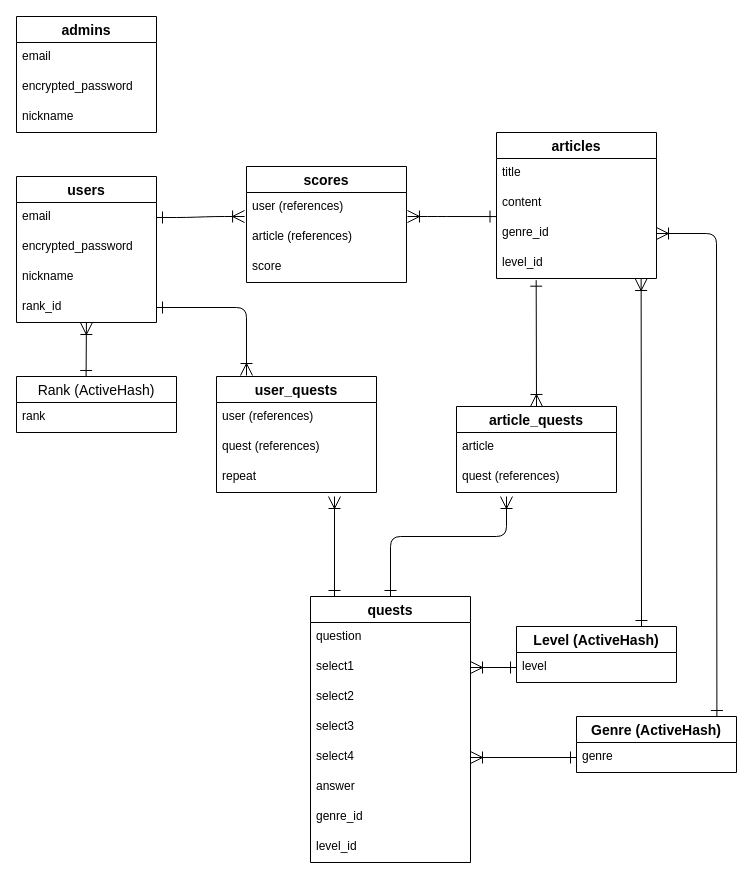
TakumiOtsuki-417/kanken1-monpi keeps this draw.io diagram as er.dio. Above is the earlier version. Source tidied: cells renumbered, new cells numbered last; positions are measured from the earlier drawing's top-left corner, leaving out a move shared by most shapes. Both pictures are drawn from the tidied source at 100%, with x=0, y=0 at pixel (16, 16).
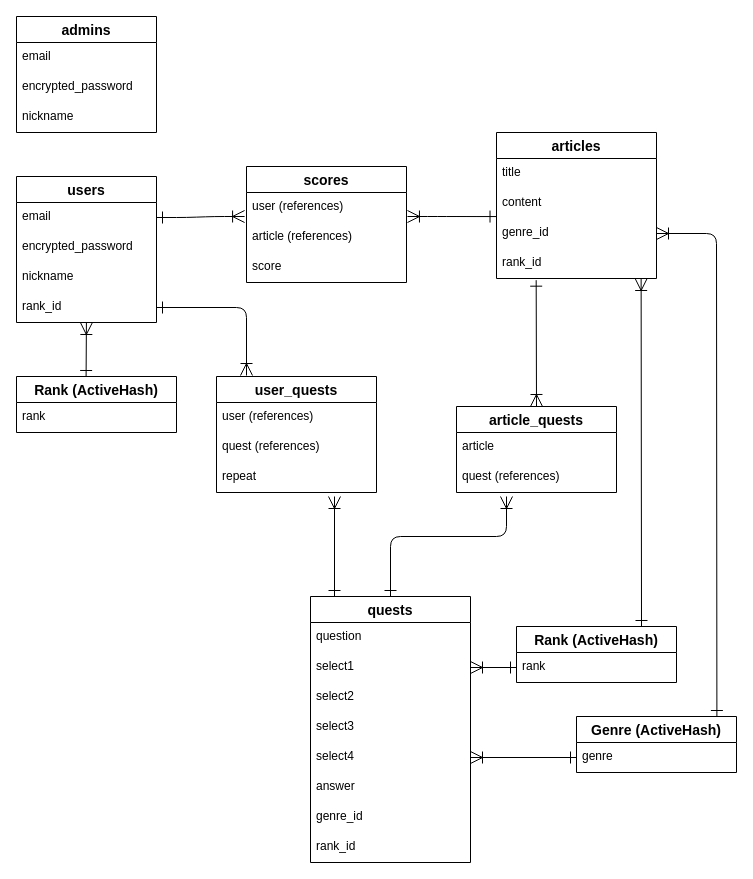
The same diagram, later.

Unchanged cells that the change refers to:
```xml
<mxCell id="12" value="articles" style="swimlane;fontStyle=1;horizontal=1;startSize=26;align=center;fontSize=14;" parent="1" vertex="1">
  <mxGeometry x="480" y="116" width="160" height="146" as="geometry" />
</mxCell>
<mxCell id="17" value="quests" style="swimlane;fontStyle=1;horizontal=1;startSize=26;align=center;fontSize=14;" parent="1" vertex="1">
  <mxGeometry x="294" y="580" width="160" height="266" as="geometry" />
</mxCell>
```

Diff of the diagram source:
```diff
@@
-    <mxCell id="16" value="level_id" style="text;strokeColor=none;fillColor=none;spacingLeft=4;spacingRight=4;overflow=hidden;points=[[0,0.5],[1,0.5]];portConstraint=eastwest;fontSize=12;" parent="12" vertex="1">
+    <mxCell id="16" value="rank_id" style="text;strokeColor=none;fillColor=none;spacingLeft=4;spacingRight=4;overflow=hidden;points=[[0,0.5],[1,0.5]];portConstraint=eastwest;fontSize=12;" parent="12" vertex="1">
       <mxGeometry y="116" width="160" height="30" as="geometry" />
     </mxCell>
@@
-    <mxCell id="25" value="level_id" style="text;strokeColor=none;fillColor=none;spacingLeft=4;spacingRight=4;overflow=hidden;fontSize=12;" parent="17" vertex="1">
+    <mxCell id="25" value="rank_id" style="text;strokeColor=none;fillColor=none;spacingLeft=4;spacingRight=4;overflow=hidden;fontSize=12;" parent="17" vertex="1">
       <mxGeometry y="236" width="160" height="30" as="geometry" />
     </mxCell>
@@
-    <mxCell id="28" value="Level (ActiveHash)" style="swimlane;fontStyle=1;horizontal=1;startSize=26;align=center;fontSize=14;" parent="1" vertex="1">
+    <mxCell id="28" value="Rank (ActiveHash)" style="swimlane;fontStyle=1;horizontal=1;startSize=26;align=center;fontSize=14;" parent="1" vertex="1">
       <mxGeometry x="500" y="610" width="160" height="56" as="geometry" />
     </mxCell>
-    <mxCell id="29" value="level" style="text;strokeColor=none;fillColor=none;spacingLeft=4;spacingRight=4;overflow=hidden;points=[[0,0.5],[1,0.5]];portConstraint=eastwest;fontSize=12;" parent="28" vertex="1">
+    <mxCell id="29" value="rank" style="text;strokeColor=none;fillColor=none;spacingLeft=4;spacingRight=4;overflow=hidden;points=[[0,0.5],[1,0.5]];portConstraint=eastwest;fontSize=12;" parent="28" vertex="1">
       <mxGeometry y="26" width="160" height="30" as="geometry" />
     </mxCell>
-    <mxCell id="30" value="Rank (ActiveHash)" style="swimlane;fontStyle=0;horizontal=1;startSize=26;align=center;fontSize=14;" parent="1" vertex="1">
+    <mxCell id="30" value="Rank (ActiveHash)" style="swimlane;fontStyle=1;horizontal=1;startSize=26;align=center;fontSize=14;" parent="1" vertex="1">
       <mxGeometry y="360" width="160" height="56" as="geometry" />
     </mxCell>
```
